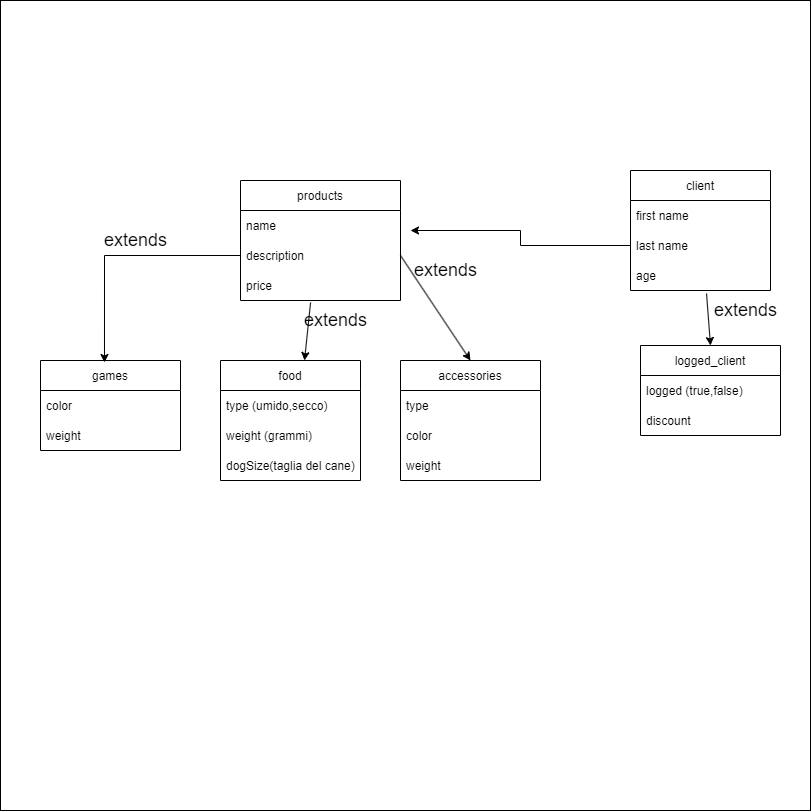
Steveh77/php-oop-2 keeps this draw.io diagram as diagrams.png. Above is the earlier version. Source tidied: cells renumbered, new cells last; positions are measured from the earlier drawing's top-left corner, leaving out a move shared by most shapes. Its diagram source:
```xml
<mxGraphModel>
  <root>
    <mxCell id="0" />
    <mxCell id="1" parent="0" />
    <mxCell id="2" style="whiteSpace=wrap;html=1;fontSize=12;" parent="1" vertex="1">
      <mxGeometry width="810" height="810" as="geometry" />
    </mxCell>
    <mxCell id="3" style="edgeStyle=entityRelationEdgeStyle;endArrow=ERzeroToMany;startArrow=ERone;endFill=1;startFill=0;" parent="1" edge="1" target="x">
      <mxGeometry relative="1" as="geometry">
        <mxPoint x="800" y="265" as="sourcePoint" />
      </mxGeometry>
    </mxCell>
    <mxCell id="4" value="products" style="swimlane;fontStyle=0;horizontal=1;startSize=30;" parent="1" vertex="1">
      <mxGeometry x="240" y="180" width="160" height="120" as="geometry" />
    </mxCell>
    <mxCell id="5" value="name" style="text;strokeColor=none;fillColor=none;align=left;verticalAlign=middle;spacingLeft=4;spacingRight=4;overflow=hidden;" parent="4" vertex="1">
      <mxGeometry y="30" width="160" height="30" as="geometry" />
    </mxCell>
    <mxCell id="6" value="description" style="text;strokeColor=none;fillColor=none;align=left;verticalAlign=middle;spacingLeft=4;spacingRight=4;overflow=hidden;points=[[0,0.5],[1,0.5]];portConstraint=eastwest;" parent="4" vertex="1">
      <mxGeometry y="60" width="160" height="30" as="geometry" />
    </mxCell>
    <mxCell id="7" value="price" style="text;strokeColor=none;fillColor=none;align=left;verticalAlign=middle;spacingLeft=4;spacingRight=4;overflow=hidden;points=[[0,0.5],[1,0.5]];portConstraint=eastwest;" parent="4" vertex="1">
      <mxGeometry y="90" width="160" height="30" as="geometry" />
    </mxCell>
    <mxCell id="8" value="client" style="swimlane;fontStyle=0;horizontal=1;startSize=30;" parent="1" vertex="1">
      <mxGeometry x="630" y="170" width="140" height="120" as="geometry" />
    </mxCell>
    <mxCell id="9" value="first name" style="text;strokeColor=none;fillColor=none;align=left;verticalAlign=middle;spacingLeft=4;spacingRight=4;overflow=hidden;" parent="8" vertex="1">
      <mxGeometry y="30" width="140" height="30" as="geometry" />
    </mxCell>
    <mxCell id="10" value="last name" style="text;strokeColor=none;fillColor=none;align=left;verticalAlign=middle;spacingLeft=4;spacingRight=4;overflow=hidden;points=[[0,0.5],[1,0.5]];portConstraint=eastwest;" parent="8" vertex="1">
      <mxGeometry y="60" width="140" height="30" as="geometry" />
    </mxCell>
    <mxCell id="11" value="age" style="text;strokeColor=none;fillColor=none;align=left;verticalAlign=middle;spacingLeft=4;spacingRight=4;overflow=hidden;points=[[0,0.5],[1,0.5]];portConstraint=eastwest;" parent="8" vertex="1">
      <mxGeometry y="90" width="140" height="30" as="geometry" />
    </mxCell>
    <mxCell id="12" value="accessories" style="swimlane;fontStyle=0;horizontal=1;startSize=30;" parent="1" vertex="1">
      <mxGeometry x="400" y="360" width="140" height="120" as="geometry" />
    </mxCell>
    <mxCell id="13" value="type" style="text;strokeColor=none;fillColor=none;align=left;verticalAlign=middle;spacingLeft=4;spacingRight=4;overflow=hidden;" parent="12" vertex="1">
      <mxGeometry y="30" width="140" height="30" as="geometry" />
    </mxCell>
    <mxCell id="14" value="color" style="text;strokeColor=none;fillColor=none;align=left;verticalAlign=middle;spacingLeft=4;spacingRight=4;overflow=hidden;" parent="12" vertex="1">
      <mxGeometry y="60" width="140" height="30" as="geometry" />
    </mxCell>
    <mxCell id="15" value="weight" style="text;strokeColor=none;fillColor=none;align=left;verticalAlign=middle;spacingLeft=4;spacingRight=4;overflow=hidden;" parent="12" vertex="1">
      <mxGeometry y="90" width="140" height="30" as="geometry" />
    </mxCell>
    <mxCell id="16" value="food" style="swimlane;fontStyle=0;horizontal=1;startSize=30;" parent="1" vertex="1">
      <mxGeometry x="220" y="360" width="140" height="120" as="geometry" />
    </mxCell>
    <mxCell id="17" value="type (umido,secco)" style="text;strokeColor=none;fillColor=none;align=left;verticalAlign=middle;spacingLeft=4;spacingRight=4;overflow=hidden;" parent="16" vertex="1">
      <mxGeometry y="30" width="140" height="30" as="geometry" />
    </mxCell>
    <mxCell id="18" value="weight (grammi)" style="text;strokeColor=none;fillColor=none;align=left;verticalAlign=middle;spacingLeft=4;spacingRight=4;overflow=hidden;" parent="16" vertex="1">
      <mxGeometry y="60" width="140" height="30" as="geometry" />
    </mxCell>
    <mxCell id="19" value="dogSize(taglia del cane)" style="text;strokeColor=none;fillColor=none;align=left;verticalAlign=middle;spacingLeft=4;spacingRight=4;overflow=hidden;" parent="16" vertex="1">
      <mxGeometry y="90" width="140" height="30" as="geometry" />
    </mxCell>
    <mxCell id="20" value="games" style="swimlane;fontStyle=0;horizontal=1;startSize=30;" parent="1" vertex="1">
      <mxGeometry x="40" y="360" width="140" height="90" as="geometry" />
    </mxCell>
    <mxCell id="21" value="color" style="text;strokeColor=none;fillColor=none;align=left;verticalAlign=middle;spacingLeft=4;spacingRight=4;overflow=hidden;" parent="20" vertex="1">
      <mxGeometry y="30" width="140" height="30" as="geometry" />
    </mxCell>
    <mxCell id="22" value="weight" style="text;strokeColor=none;fillColor=none;align=left;verticalAlign=middle;spacingLeft=4;spacingRight=4;overflow=hidden;" parent="20" vertex="1">
      <mxGeometry y="60" width="140" height="30" as="geometry" />
    </mxCell>
    <mxCell id="23" style="edgeStyle=orthogonalEdgeStyle;rounded=0;jettySize=auto;html=1;exitX=0;exitY=0.5;exitDx=0;exitDy=0;entryX=0.457;entryY=0.022;entryDx=0;entryDy=0;entryPerimeter=0;" parent="1" edge="1" source="6" target="20">
      <mxGeometry relative="1" as="geometry" />
    </mxCell>
    <mxCell id="24" style="endArrow=classic;html=1;rounded=0;exitX=1;exitY=0.5;exitDx=0;exitDy=0;entryX=0.5;entryY=0;entryDx=0;entryDy=0;" parent="1" edge="1" source="6" target="12">
      <mxGeometry relative="1" as="geometry" />
    </mxCell>
    <mxCell id="25" value="&lt;font style=&quot;font-size: 18px;&quot;&gt;extends&lt;/font&gt;" style="text;html=1;align=center;verticalAlign=middle;strokeColor=none;fillColor=none;" parent="1" vertex="1">
      <mxGeometry x="90" y="220" width="90" height="40" as="geometry" />
    </mxCell>
    <mxCell id="26" value="&lt;font style=&quot;font-size: 18px;&quot;&gt;extends&lt;/font&gt;" style="text;html=1;align=center;verticalAlign=middle;strokeColor=none;fillColor=none;" parent="1" vertex="1">
      <mxGeometry x="400" y="250" width="90" height="40" as="geometry" />
    </mxCell>
    <mxCell id="27" style="endArrow=classic;html=1;rounded=0;fontSize=18;exitX=0.438;exitY=1.067;exitDx=0;exitDy=0;exitPerimeter=0;entryX=0.6;entryY=0;entryDx=0;entryDy=0;entryPerimeter=0;" parent="1" edge="1" source="7" target="16">
      <mxGeometry relative="1" as="geometry" />
    </mxCell>
    <mxCell id="28" value="&lt;span style=&quot;color: rgba(0, 0, 0, 0); font-family: monospace; font-size: 0px; text-align: start;&quot;&gt;%3CmxGraphModel%3E%3Croot%3E%3CmxCell%20id%3D%220%22%2F%3E%3CmxCell%20id%3D%221%22%20parent%3D%220%22%2F%3E%3CmxCell%20id%3D%222%22%20value%3D%22%26lt%3Bfont%20style%3D%26quot%3Bfont-size%3A%2018px%3B%26quot%3B%26gt%3Bextends%26lt%3B%2Ffont%26gt%3B%22%20style%3D%22text%3Bhtml%3D1%3Balign%3Dcenter%3BverticalAlign%3Dmiddle%3Bresizable%3D0%3Bpoints%3D%5B%5D%3Bautosize%3D1%3BstrokeColor%3Dnone%3BfillColor%3Dnone%3B%22%20vertex%3D%221%22%20parent%3D%221%22%3E%3CmxGeometry%20x%3D%22-10%22%20y%3D%22120%22%20width%3D%2290%22%20height%3D%2240%22%20as%3D%22geometry%22%2F%3E%3C%2FmxCell%3E%3C%2Froot%3E%3C%2FmxGraphModel%3E&lt;/span&gt;" style="text;html=1;align=center;verticalAlign=middle;strokeColor=none;fillColor=none;fontSize=18;" parent="1" vertex="1">
      <mxGeometry x="380" y="300" width="20" height="40" as="geometry" />
    </mxCell>
    <mxCell id="29" value="&lt;font style=&quot;font-size: 18px;&quot;&gt;extends&lt;/font&gt;" style="text;html=1;align=center;verticalAlign=middle;strokeColor=none;fillColor=none;" parent="1" vertex="1">
      <mxGeometry x="290" y="300" width="90" height="40" as="geometry" />
    </mxCell>
    <mxCell id="30" style="edgeStyle=orthogonalEdgeStyle;rounded=0;jettySize=auto;html=1;fontSize=18;" parent="1" edge="1" source="10">
      <mxGeometry relative="1" as="geometry">
        <mxPoint x="410" y="230" as="targetPoint" />
      </mxGeometry>
    </mxCell>
    <mxCell id="31" value="logged_client" style="swimlane;fontStyle=0;horizontal=1;startSize=30;fontSize=12;" parent="1" vertex="1">
      <mxGeometry x="640" y="345" width="140" height="90" as="geometry" />
    </mxCell>
    <mxCell id="32" value="logged (true,false)" style="text;strokeColor=none;fillColor=none;align=left;verticalAlign=middle;spacingLeft=4;spacingRight=4;overflow=hidden;fontSize=12;" parent="31" vertex="1">
      <mxGeometry y="30" width="140" height="30" as="geometry" />
    </mxCell>
    <mxCell id="33" value="discount" style="text;strokeColor=none;fillColor=none;align=left;verticalAlign=middle;spacingLeft=4;spacingRight=4;overflow=hidden;fontSize=12;" parent="31" vertex="1">
      <mxGeometry y="60" width="140" height="30" as="geometry" />
    </mxCell>
    <mxCell id="34" style="endArrow=classic;html=1;rounded=0;fontSize=12;exitX=0.543;exitY=1.1;exitDx=0;exitDy=0;exitPerimeter=0;entryX=0.5;entryY=0;entryDx=0;entryDy=0;" parent="1" edge="1" source="11" target="31">
      <mxGeometry relative="1" as="geometry" />
    </mxCell>
    <mxCell id="35" value="&lt;font style=&quot;font-size: 18px;&quot;&gt;extends&lt;/font&gt;" style="text;html=1;align=center;verticalAlign=middle;strokeColor=none;fillColor=none;" parent="1" vertex="1">
      <mxGeometry x="700" y="290" width="90" height="40" as="geometry" />
    </mxCell>
  </root>
</mxGraphModel>
```
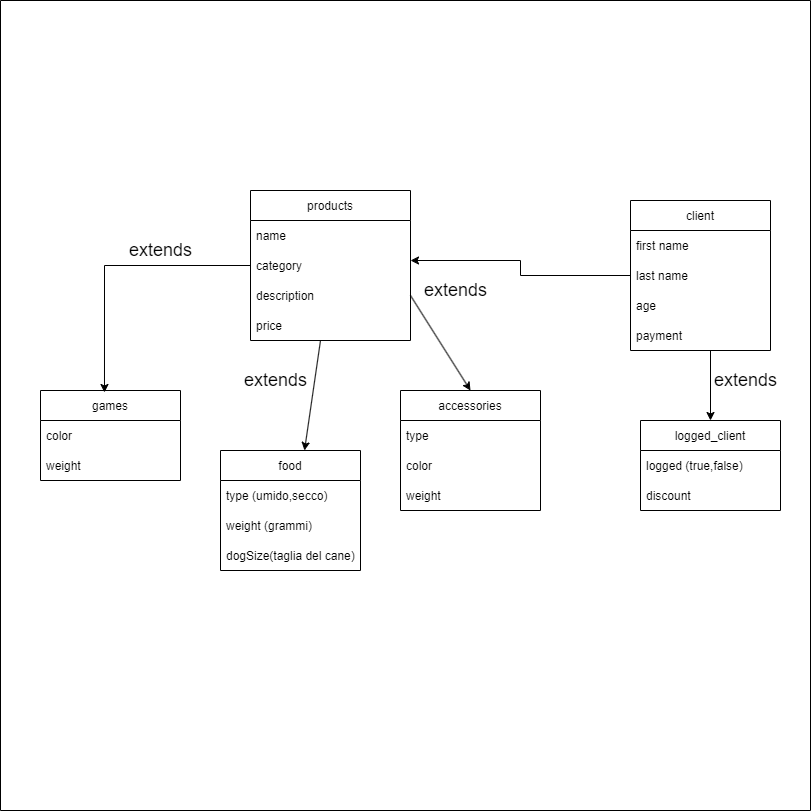
The same file after the commit.

Commit message:
fixed diagrams and added games

Diff of the diagram source:
```diff
@@ -2,8 +2,8 @@
   <root>
     <mxCell id="0" />
     <mxCell id="1" parent="0" />
-    <mxCell id="2" style="whiteSpace=wrap;html=1;fontSize=12;" parent="1" vertex="1">
-      <mxGeometry width="810" height="810" as="geometry" />
+    <mxCell id="2" style="whiteSpace=wrap;html=1;fontSize=12;direction=south;" parent="1" vertex="1">
+      <mxGeometry y="-30" width="810" height="810" as="geometry" />
     </mxCell>
     <mxCell id="3" style="edgeStyle=entityRelationEdgeStyle;endArrow=ERzeroToMany;startArrow=ERone;endFill=1;startFill=0;" parent="1" edge="1" target="x">
       <mxGeometry relative="1" as="geometry">
@@ -11,19 +11,22 @@
       </mxGeometry>
     </mxCell>
     <mxCell id="4" value="products" style="swimlane;fontStyle=0;horizontal=1;startSize=30;" parent="1" vertex="1">
-      <mxGeometry x="240" y="180" width="160" height="120" as="geometry" />
+      <mxGeometry x="250" y="160" width="160" height="150" as="geometry" />
     </mxCell>
     <mxCell id="5" value="name" style="text;strokeColor=none;fillColor=none;align=left;verticalAlign=middle;spacingLeft=4;spacingRight=4;overflow=hidden;" parent="4" vertex="1">
       <mxGeometry y="30" width="160" height="30" as="geometry" />
     </mxCell>
+    <mxCell id="36" value="category" style="text;strokeColor=none;fillColor=none;align=left;verticalAlign=middle;spacingLeft=4;spacingRight=4;overflow=hidden;points=[[0,0.5],[1,0.5]];portConstraint=eastwest;" parent="4" vertex="1">
+      <mxGeometry y="60" width="160" height="30" as="geometry" />
+    </mxCell>
     <mxCell id="6" value="description" style="text;strokeColor=none;fillColor=none;align=left;verticalAlign=middle;spacingLeft=4;spacingRight=4;overflow=hidden;points=[[0,0.5],[1,0.5]];portConstraint=eastwest;" parent="4" vertex="1">
-      <mxGeometry y="60" width="160" height="30" as="geometry" />
+      <mxGeometry y="90" width="160" height="30" as="geometry" />
     </mxCell>
     <mxCell id="7" value="price" style="text;strokeColor=none;fillColor=none;align=left;verticalAlign=middle;spacingLeft=4;spacingRight=4;overflow=hidden;points=[[0,0.5],[1,0.5]];portConstraint=eastwest;" parent="4" vertex="1">
-      <mxGeometry y="90" width="160" height="30" as="geometry" />
+      <mxGeometry y="120" width="160" height="30" as="geometry" />
     </mxCell>
     <mxCell id="8" value="client" style="swimlane;fontStyle=0;horizontal=1;startSize=30;" parent="1" vertex="1">
-      <mxGeometry x="630" y="170" width="140" height="120" as="geometry" />
+      <mxGeometry x="630" y="170" width="140" height="150" as="geometry" />
     </mxCell>
     <mxCell id="9" value="first name" style="text;strokeColor=none;fillColor=none;align=left;verticalAlign=middle;spacingLeft=4;spacingRight=4;overflow=hidden;" parent="8" vertex="1">
       <mxGeometry y="30" width="140" height="30" as="geometry" />
@@ -34,6 +37,9 @@
     <mxCell id="11" value="age" style="text;strokeColor=none;fillColor=none;align=left;verticalAlign=middle;spacingLeft=4;spacingRight=4;overflow=hidden;points=[[0,0.5],[1,0.5]];portConstraint=eastwest;" parent="8" vertex="1">
       <mxGeometry y="90" width="140" height="30" as="geometry" />
     </mxCell>
+    <mxCell id="37" value="payment" style="text;strokeColor=none;fillColor=none;align=left;verticalAlign=middle;spacingLeft=4;spacingRight=4;overflow=hidden;" parent="8" vertex="1">
+      <mxGeometry y="120" width="140" height="30" as="geometry" />
+    </mxCell>
     <mxCell id="12" value="accessories" style="swimlane;fontStyle=0;horizontal=1;startSize=30;" parent="1" vertex="1">
       <mxGeometry x="400" y="360" width="140" height="120" as="geometry" />
     </mxCell>
@@ -47,7 +53,7 @@
       <mxGeometry y="90" width="140" height="30" as="geometry" />
     </mxCell>
     <mxCell id="16" value="food" style="swimlane;fontStyle=0;horizontal=1;startSize=30;" parent="1" vertex="1">
-      <mxGeometry x="220" y="360" width="140" height="120" as="geometry" />
+      <mxGeometry x="220" y="420" width="140" height="120" as="geometry" />
     </mxCell>
     <mxCell id="17" value="type (umido,secco)" style="text;strokeColor=none;fillColor=none;align=left;verticalAlign=middle;spacingLeft=4;spacingRight=4;overflow=hidden;" parent="16" vertex="1">
       <mxGeometry y="30" width="140" height="30" as="geometry" />
@@ -67,26 +73,25 @@
     <mxCell id="22" value="weight" style="text;strokeColor=none;fillColor=none;align=left;verticalAlign=middle;spacingLeft=4;spacingRight=4;overflow=hidden;" parent="20" vertex="1">
       <mxGeometry y="60" width="140" height="30" as="geometry" />
     </mxCell>
-    <mxCell id="23" style="edgeStyle=orthogonalEdgeStyle;rounded=0;jettySize=auto;html=1;exitX=0;exitY=0.5;exitDx=0;exitDy=0;entryX=0.457;entryY=0.022;entryDx=0;entryDy=0;entryPerimeter=0;" parent="1" edge="1" source="6" target="20">
+    <mxCell id="23" style="edgeStyle=orthogonalEdgeStyle;rounded=0;jettySize=auto;html=1;exitX=0;exitY=0.5;exitDx=0;exitDy=0;entryX=0.457;entryY=0.022;entryDx=0;entryDy=0;entryPerimeter=0;" parent="1" edge="1" source="36" target="20">
       <mxGeometry relative="1" as="geometry" />
     </mxCell>
     <mxCell id="24" style="endArrow=classic;html=1;rounded=0;exitX=1;exitY=0.5;exitDx=0;exitDy=0;entryX=0.5;entryY=0;entryDx=0;entryDy=0;" parent="1" edge="1" source="6" target="12">
       <mxGeometry relative="1" as="geometry" />
     </mxCell>
-    <mxCell id="25" value="&lt;font style=&quot;font-size: 18px;&quot;&gt;extends&lt;/font&gt;" style="text;html=1;align=center;verticalAlign=middle;strokeColor=none;fillColor=none;" parent="1" vertex="1">
-      <mxGeometry x="90" y="220" width="90" height="40" as="geometry" />
-    </mxCell>
     <mxCell id="26" value="&lt;font style=&quot;font-size: 18px;&quot;&gt;extends&lt;/font&gt;" style="text;html=1;align=center;verticalAlign=middle;strokeColor=none;fillColor=none;" parent="1" vertex="1">
-      <mxGeometry x="400" y="250" width="90" height="40" as="geometry" />
+      <mxGeometry x="410" y="240" width="90" height="40" as="geometry" />
     </mxCell>
-    <mxCell id="27" style="endArrow=classic;html=1;rounded=0;fontSize=18;exitX=0.438;exitY=1.067;exitDx=0;exitDy=0;exitPerimeter=0;entryX=0.6;entryY=0;entryDx=0;entryDy=0;entryPerimeter=0;" parent="1" edge="1" source="7" target="16">
-      <mxGeometry relative="1" as="geometry" />
+    <mxCell id="27" style="endArrow=classic;html=1;rounded=0;fontSize=18;entryX=0.6;entryY=0;entryDx=0;entryDy=0;entryPerimeter=0;" parent="1" edge="1" target="16">
+      <mxGeometry relative="1" as="geometry">
+        <mxPoint x="320" y="310" as="sourcePoint" />
+      </mxGeometry>
     </mxCell>
     <mxCell id="28" value="&lt;span style=&quot;color: rgba(0, 0, 0, 0); font-family: monospace; font-size: 0px; text-align: start;&quot;&gt;%3CmxGraphModel%3E%3Croot%3E%3CmxCell%20id%3D%220%22%2F%3E%3CmxCell%20id%3D%221%22%20parent%3D%220%22%2F%3E%3CmxCell%20id%3D%222%22%20value%3D%22%26lt%3Bfont%20style%3D%26quot%3Bfont-size%3A%2018px%3B%26quot%3B%26gt%3Bextends%26lt%3B%2Ffont%26gt%3B%22%20style%3D%22text%3Bhtml%3D1%3Balign%3Dcenter%3BverticalAlign%3Dmiddle%3Bresizable%3D0%3Bpoints%3D%5B%5D%3Bautosize%3D1%3BstrokeColor%3Dnone%3BfillColor%3Dnone%3B%22%20vertex%3D%221%22%20parent%3D%221%22%3E%3CmxGeometry%20x%3D%22-10%22%20y%3D%22120%22%20width%3D%2290%22%20height%3D%2240%22%20as%3D%22geometry%22%2F%3E%3C%2FmxCell%3E%3C%2Froot%3E%3C%2FmxGraphModel%3E&lt;/span&gt;" style="text;html=1;align=center;verticalAlign=middle;strokeColor=none;fillColor=none;fontSize=18;" parent="1" vertex="1">
       <mxGeometry x="380" y="300" width="20" height="40" as="geometry" />
     </mxCell>
     <mxCell id="29" value="&lt;font style=&quot;font-size: 18px;&quot;&gt;extends&lt;/font&gt;" style="text;html=1;align=center;verticalAlign=middle;strokeColor=none;fillColor=none;" parent="1" vertex="1">
-      <mxGeometry x="290" y="300" width="90" height="40" as="geometry" />
+      <mxGeometry x="230" y="330" width="90" height="40" as="geometry" />
     </mxCell>
     <mxCell id="30" style="edgeStyle=orthogonalEdgeStyle;rounded=0;jettySize=auto;html=1;fontSize=18;" parent="1" edge="1" source="10">
       <mxGeometry relative="1" as="geometry">
@@ -94,7 +99,7 @@
       </mxGeometry>
     </mxCell>
     <mxCell id="31" value="logged_client" style="swimlane;fontStyle=0;horizontal=1;startSize=30;fontSize=12;" parent="1" vertex="1">
-      <mxGeometry x="640" y="345" width="140" height="90" as="geometry" />
+      <mxGeometry x="640" y="390" width="140" height="90" as="geometry" />
     </mxCell>
     <mxCell id="32" value="logged (true,false)" style="text;strokeColor=none;fillColor=none;align=left;verticalAlign=middle;spacingLeft=4;spacingRight=4;overflow=hidden;fontSize=12;" parent="31" vertex="1">
       <mxGeometry y="30" width="140" height="30" as="geometry" />
@@ -102,11 +107,16 @@
     <mxCell id="33" value="discount" style="text;strokeColor=none;fillColor=none;align=left;verticalAlign=middle;spacingLeft=4;spacingRight=4;overflow=hidden;fontSize=12;" parent="31" vertex="1">
       <mxGeometry y="60" width="140" height="30" as="geometry" />
     </mxCell>
-    <mxCell id="34" style="endArrow=classic;html=1;rounded=0;fontSize=12;exitX=0.543;exitY=1.1;exitDx=0;exitDy=0;exitPerimeter=0;entryX=0.5;entryY=0;entryDx=0;entryDy=0;" parent="1" edge="1" source="11" target="31">
-      <mxGeometry relative="1" as="geometry" />
+    <mxCell id="34" style="endArrow=classic;html=1;rounded=0;fontSize=12;entryX=0.5;entryY=0;entryDx=0;entryDy=0;" parent="1" edge="1" target="31">
+      <mxGeometry relative="1" as="geometry">
+        <mxPoint x="710" y="320" as="sourcePoint" />
+      </mxGeometry>
     </mxCell>
     <mxCell id="35" value="&lt;font style=&quot;font-size: 18px;&quot;&gt;extends&lt;/font&gt;" style="text;html=1;align=center;verticalAlign=middle;strokeColor=none;fillColor=none;" parent="1" vertex="1">
-      <mxGeometry x="700" y="290" width="90" height="40" as="geometry" />
+      <mxGeometry x="700" y="330" width="90" height="40" as="geometry" />
     </mxCell>
+    <mxCell id="25" value="&lt;font style=&quot;font-size: 18px;&quot;&gt;extends&lt;/font&gt;" style="text;html=1;align=center;verticalAlign=middle;strokeColor=none;fillColor=none;" parent="1" vertex="1">
+      <mxGeometry x="80" y="200" width="160" height="40" as="geometry" />
+    </mxCell>
   </root>
 </mxGraphModel>
```
